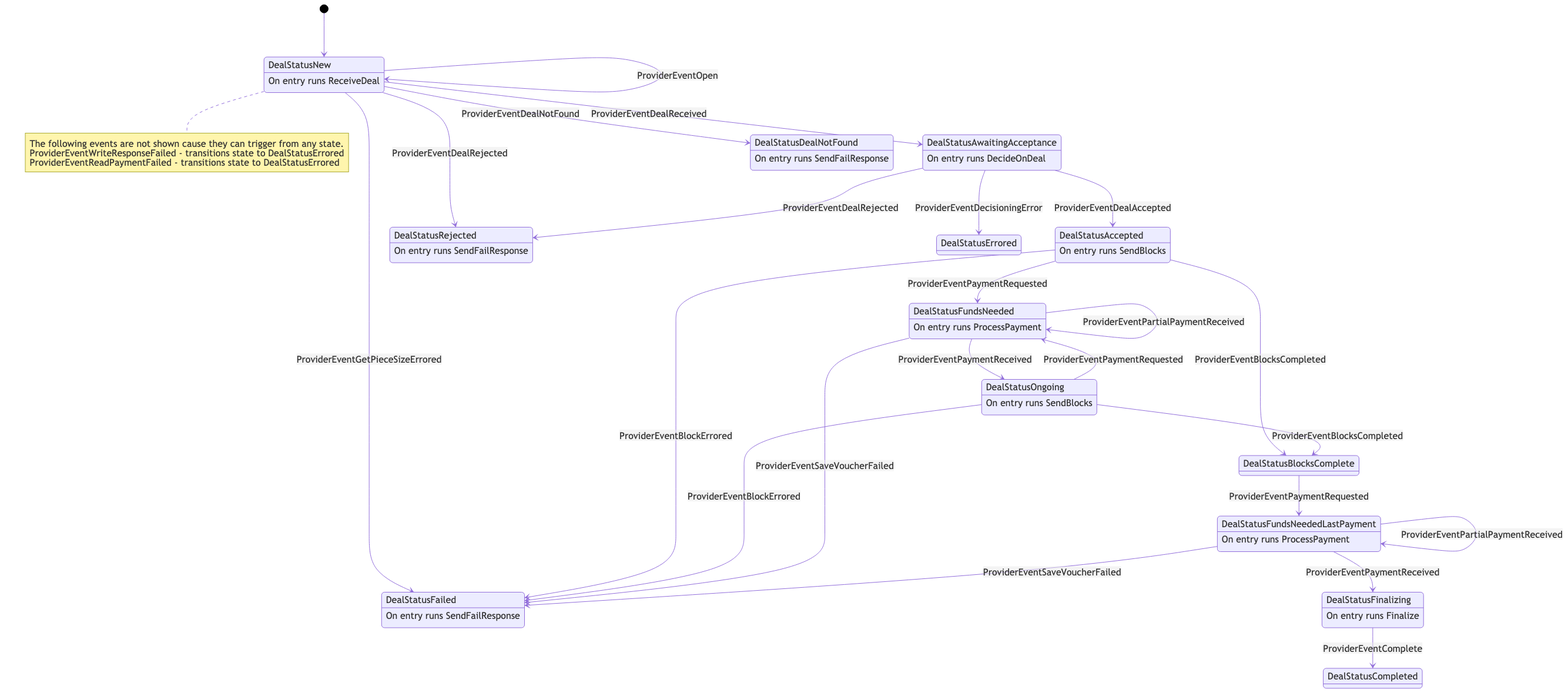
filecoin-project/go-fil-markets keeps this Mermaid diagram as docs/retrievalprovider.mmd.png. Above is the earlier version. Its source is kept beside it as docs/retrievalprovider.mmd.
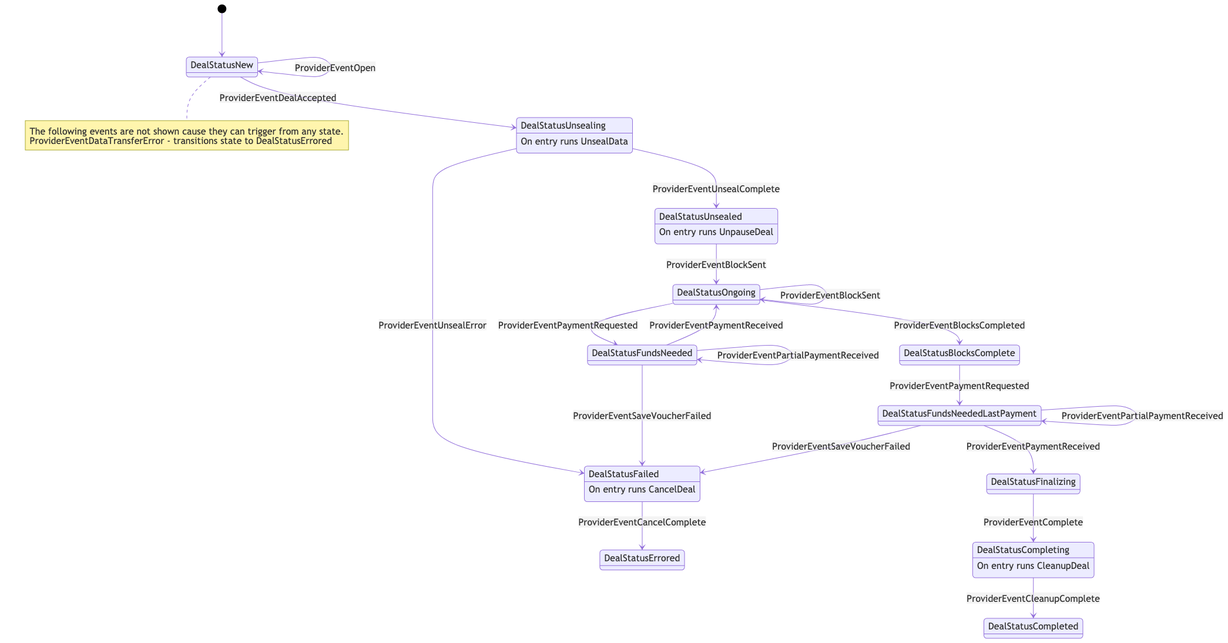
Later version of the same file.

Diff of the diagram source:
```diff
@@ -1,53 +1,41 @@
 stateDiagram-v2
 	state "DealStatusNew" as 0
-	state "DealStatusAwaitingAcceptance" as 5
-	state "DealStatusAccepted" as 6
+	state "DealStatusUnsealing" as 1
+	state "DealStatusUnsealed" as 2
 	state "DealStatusFailed" as 7
-	state "DealStatusRejected" as 8
 	state "DealStatusFundsNeeded" as 9
-	state "DealStatusOngoing" as 10
-	state "DealStatusFundsNeededLastPayment" as 11
-	state "DealStatusCompleted" as 12
-	state "DealStatusDealNotFound" as 13
-	state "DealStatusErrored" as 15
-	state "DealStatusBlocksComplete" as 16
-	state "DealStatusFinalizing" as 17
-	0 : On entry runs ReceiveDeal
-	5 : On entry runs DecideOnDeal
-	6 : On entry runs SendBlocks
-	7 : On entry runs SendFailResponse
-	8 : On entry runs SendFailResponse
-	9 : On entry runs ProcessPayment
-	10 : On entry runs SendBlocks
-	11 : On entry runs ProcessPayment
-	13 : On entry runs SendFailResponse
-	17 : On entry runs Finalize
+	state "DealStatusOngoing" as 12
+	state "DealStatusFundsNeededLastPayment" as 13
+	state "DealStatusCompleted" as 14
+	state "DealStatusErrored" as 16
+	state "DealStatusBlocksComplete" as 17
+	state "DealStatusFinalizing" as 18
+	state "DealStatusCompleting" as 19
+	1 : On entry runs UnsealData
+	2 : On entry runs UnpauseDeal
+	7 : On entry runs CancelDeal
+	19 : On entry runs CleanupDeal
 	[*] --> 0
 	note right of 0
 		The following events are not shown cause they can trigger from any state.
 
-		ProviderEventWriteResponseFailed - transitions state to DealStatusErrored
-		ProviderEventReadPaymentFailed - transitions state to DealStatusErrored
+		ProviderEventDataTransferError - transitions state to DealStatusErrored
 	end note
 	0 --> 0 : ProviderEventOpen
-	0 --> 5 : ProviderEventDealReceived
-	5 --> 15 : ProviderEventDecisioningError
-	0 --> 7 : ProviderEventGetPieceSizeErrored
-	0 --> 13 : ProviderEventDealNotFound
-	0 --> 8 : ProviderEventDealRejected
-	5 --> 8 : ProviderEventDealRejected
-	5 --> 6 : ProviderEventDealAccepted
-	6 --> 7 : ProviderEventBlockErrored
-	10 --> 7 : ProviderEventBlockErrored
-	6 --> 16 : ProviderEventBlocksCompleted
-	10 --> 16 : ProviderEventBlocksCompleted
-	6 --> 9 : ProviderEventPaymentRequested
-	10 --> 9 : ProviderEventPaymentRequested
-	16 --> 11 : ProviderEventPaymentRequested
+	0 --> 1 : ProviderEventDealAccepted
+	1 --> 7 : ProviderEventUnsealError
+	1 --> 2 : ProviderEventUnsealComplete
+	2 --> 12 : ProviderEventBlockSent
+	12 --> 12 : ProviderEventBlockSent
+	12 --> 17 : ProviderEventBlocksCompleted
+	12 --> 9 : ProviderEventPaymentRequested
+	17 --> 13 : ProviderEventPaymentRequested
 	9 --> 7 : ProviderEventSaveVoucherFailed
-	11 --> 7 : ProviderEventSaveVoucherFailed
+	13 --> 7 : ProviderEventSaveVoucherFailed
 	9 --> 9 : ProviderEventPartialPaymentReceived
-	11 --> 11 : ProviderEventPartialPaymentReceived
-	9 --> 10 : ProviderEventPaymentReceived
-	11 --> 17 : ProviderEventPaymentReceived
-	17 --> 12 : ProviderEventComplete
+	13 --> 13 : ProviderEventPartialPaymentReceived
+	9 --> 12 : ProviderEventPaymentReceived
+	13 --> 18 : ProviderEventPaymentReceived
+	18 --> 19 : ProviderEventComplete
+	19 --> 14 : ProviderEventCleanupComplete
+	7 --> 16 : ProviderEventCancelComplete
```
